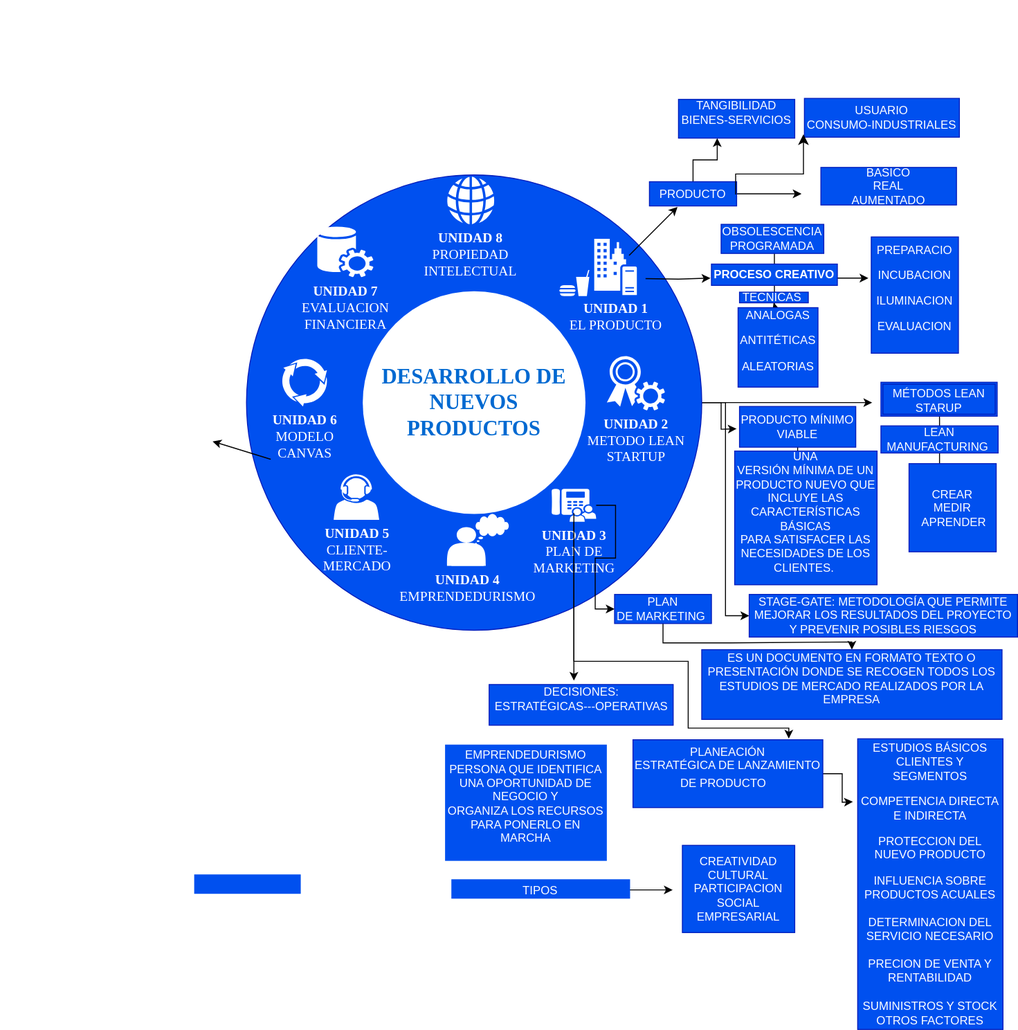
Before: user/Diagrama sin título.drawio.svg, a diagram exported from draw.io (fapablo/sistemaescolar). Source tidied: cells renumbered, new cells last; positions are measured from the earlier drawing's top-left corner, leaving out a move shared by most shapes.
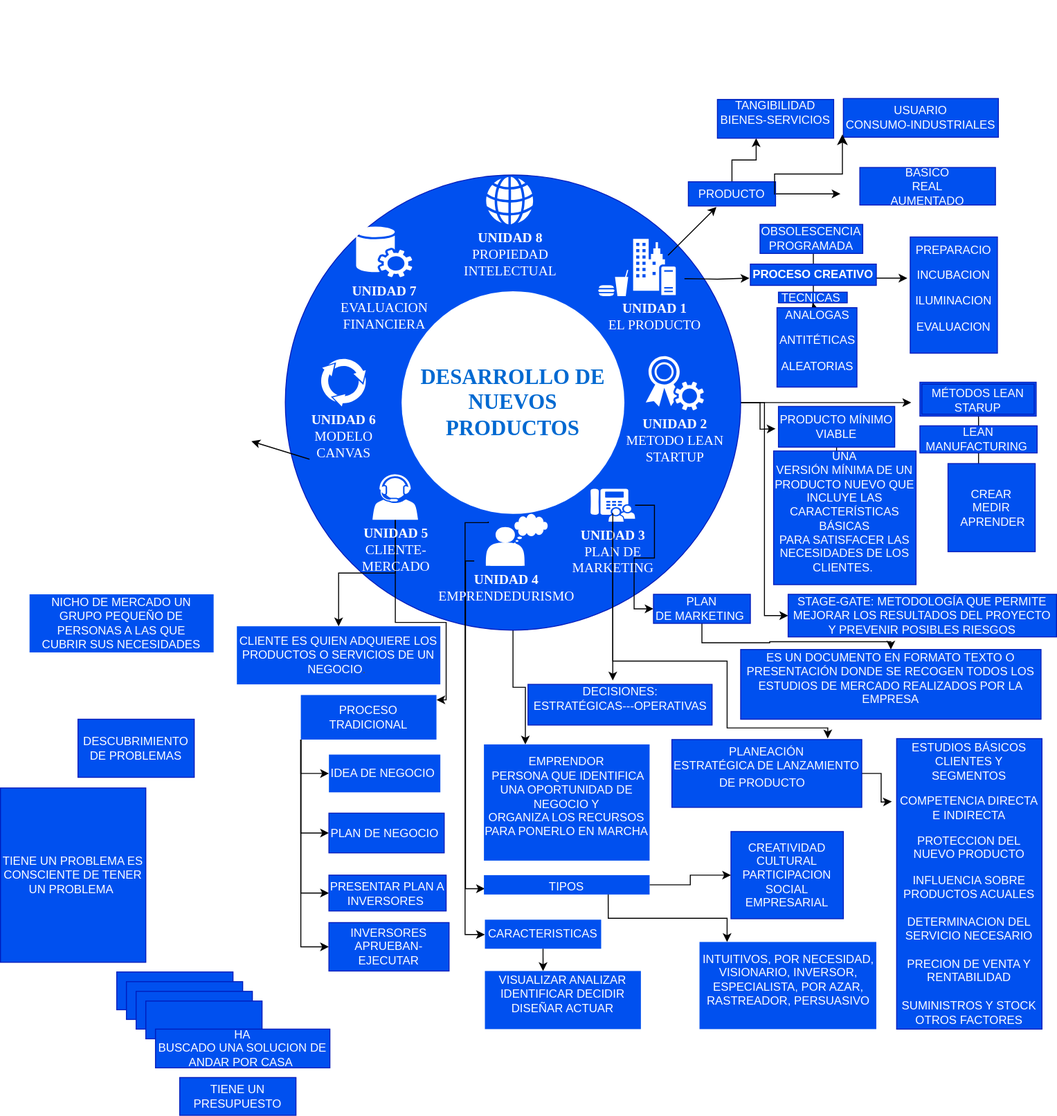
The same file after the commit.

Change to the diagram source:
```diff
@@ -15,6 +15,9 @@
         <mxPoint x="760" y="442" as="targetPoint" />
       </mxGeometry>
     </mxCell>
+    <mxCell id="63" style="edgeStyle=orthogonalEdgeStyle;rounded=0;jettySize=auto;html=1;entryX=0.25;entryY=0;entryDx=0;entryDy=0;" parent="1" edge="1" source="5" target="62">
+      <mxGeometry relative="1" as="geometry" />
+    </mxCell>
     <mxCell id="5" value="D" style="ellipse;whiteSpace=wrap;html=1;rounded=0;shadow=0;comic=0;strokeWidth=1;fontFamily=Verdana;fontSize=14;strokeColor=#001DBC;fillColor=#0050ef;fontColor=#ffffff;" parent="1" vertex="1">
       <mxGeometry x="254" y="180" width="470" height="470" as="geometry" />
     </mxCell>
@@ -24,6 +27,19 @@
     <mxCell id="7" style="shadow=0;dashed=0;html=1;strokeColor=none;fillColor=#ffffff;labelPosition=center;verticalLabelPosition=bottom;verticalAlign=top;shape=mxgraph.office.users.users;rounded=0;comic=0;fontFamily=Verdana;fontSize=14;fontColor=#FFFFFF;" parent="1" vertex="1">
       <mxGeometry y="-0.5" width="63" height="60" as="geometry" />
     </mxCell>
+    <mxCell id="64" style="edgeStyle=orthogonalEdgeStyle;rounded=0;jettySize=auto;html=1;entryX=0.5;entryY=0;entryDx=0;entryDy=0;" parent="1" edge="1" source="8" target="76">
+      <mxGeometry relative="1" as="geometry" />
+    </mxCell>
+    <mxCell id="65" style="edgeStyle=orthogonalEdgeStyle;rounded=0;jettySize=auto;html=1;" parent="1" edge="1" source="8" target="74">
+      <mxGeometry relative="1" as="geometry">
+        <Array as="points">
+          <mxPoint x="368" y="642" />
+          <mxPoint x="420" y="642" />
+          <mxPoint x="420" y="722" />
+          <mxPoint x="330" y="722" />
+        </Array>
+      </mxGeometry>
+    </mxCell>
     <mxCell id="8" value="&lt;b&gt;UNIDAD 5&lt;br&gt;&lt;/b&gt;CLIENTE-&lt;br&gt;MERCADO" style="shadow=0;dashed=0;html=1;strokeColor=none;fillColor=#ffffff;labelPosition=center;verticalLabelPosition=bottom;verticalAlign=top;shape=mxgraph.office.users.call_center_agent;rounded=0;comic=0;fontFamily=Verdana;fontSize=14;fontColor=#FFFFFF;" parent="1" vertex="1">
       <mxGeometry x="344" y="489" width="47" height="47" as="geometry" />
     </mxCell>
@@ -199,6 +215,28 @@
     <mxCell id="54" style="whiteSpace=wrap;html=1;shape=mxgraph.basic.cloud_callout;strokeColor=none;" parent="1" vertex="1">
       <mxGeometry x="490" y="530" width="35" height="31" as="geometry" />
     </mxCell>
+    <mxCell id="66" style="edgeStyle=orthogonalEdgeStyle;rounded=0;orthogonalLoop=1;jettySize=auto;html=1;" parent="1" edge="1">
+      <mxGeometry relative="1" as="geometry">
+        <mxPoint x="449" y="578.5" as="sourcePoint" />
+        <mxPoint x="460" y="917" as="targetPoint" />
+        <Array as="points">
+          <mxPoint x="440" y="579" />
+          <mxPoint x="440" y="917" />
+          <mxPoint x="450" y="917" />
+        </Array>
+      </mxGeometry>
+    </mxCell>
+    <mxCell id="67" style="edgeStyle=orthogonalEdgeStyle;rounded=0;orthogonalLoop=1;jettySize=auto;html=1;entryX=-0.013;entryY=0.623;entryDx=0;entryDy=0;entryPerimeter=0;" parent="1" edge="1">
+      <mxGeometry relative="1" as="geometry">
+        <mxPoint x="463.5" y="538" as="sourcePoint" />
+        <mxPoint x="459.9" y="964.4" as="targetPoint" />
+        <Array as="points">
+          <mxPoint x="463.5" y="539" />
+          <mxPoint x="439.5" y="539" />
+          <mxPoint x="439.5" y="964" />
+        </Array>
+      </mxGeometry>
+    </mxCell>
     <mxCell id="55" value="&lt;b&gt;UNIDAD 4&lt;br&gt;&lt;/b&gt;EMPRENDEDURISMO" style="shadow=0;dashed=0;html=1;strokeColor=none;fillColor=#ffffff;labelPosition=center;verticalLabelPosition=bottom;verticalAlign=top;shape=mxgraph.office.users.call_center_agent;rounded=0;comic=0;fontFamily=Verdana;fontSize=14;fontColor=#FFFFFF;" parent="1" vertex="1">
       <mxGeometry x="465.5" y="572" width="33.5" height="11.5" as="geometry" />
     </mxCell>
@@ -218,26 +256,88 @@
       </mxGeometry>
     </mxCell>
     <mxCell id="58" value="&lt;p class=&quot;MsoNormal&quot;&gt;CREATIVIDAD CULTURAL PARTICIPACION SOCIAL EMPRESARIAL&lt;/p&gt;" style="rounded=0;whiteSpace=wrap;html=1;strokeColor=#001DBC;fillColor=#0050ef;fontColor=#ffffff;" parent="1" vertex="1">
-      <mxGeometry x="704" y="872" width="116" height="90" as="geometry" />
+      <mxGeometry x="714" y="858" width="116" height="90" as="geometry" />
     </mxCell>
-    <mxCell id="59" style="edgeStyle=orthogonalEdgeStyle;rounded=0;orthogonalLoop=1;jettySize=auto;html=1;" parent="1" edge="1">
-      <mxGeometry relative="1" as="geometry">
-        <mxPoint x="654" y="918" as="sourcePoint" />
-        <mxPoint x="694" y="918" as="targetPoint" />
-        <Array as="points">
-          <mxPoint x="624" y="918" />
-          <mxPoint x="624" y="918" />
-        </Array>
-      </mxGeometry>
-    </mxCell>
+    <mxCell id="68" style="edgeStyle=orthogonalEdgeStyle;rounded=0;jettySize=auto;html=1;exitX=1;exitY=0.5;exitDx=0;exitDy=0;entryX=0;entryY=0.5;entryDx=0;entryDy=0;" parent="1" edge="1" source="60" target="58">
+      <mxGeometry relative="1" as="geometry" />
+    </mxCell>
     <mxCell id="60" value="&lt;br&gt;TIPOS&lt;p class=&quot;MsoNormal&quot;&gt;&lt;/p&gt;" style="rounded=0;whiteSpace=wrap;html=1;fillColor=#0050ef;fontColor=#ffffff;strokeColor=none;" parent="1" vertex="1">
-      <mxGeometry x="465.5" y="907" width="184.5" height="20" as="geometry" />
+      <mxGeometry x="459" y="903" width="171" height="20" as="geometry" />
     </mxCell>
-    <mxCell id="61" style="rounded=0;whiteSpace=wrap;html=1;fillColor=#0050ef;fontColor=#ffffff;strokeColor=none;" parent="1" vertex="1">
-      <mxGeometry x="200" y="902" width="110" height="20" as="geometry" />
+    <mxCell id="61" value="&lt;span style=&quot;background-color: initial;&quot;&gt;INTUITIVOS, POR NECESIDAD, VISIONARIO, INVERSOR, ESPECIALISTA, POR AZAR, RASTREADOR, PERSUASIVO&lt;/span&gt;&lt;br&gt;&lt;p class=&quot;MsoNormal&quot;&gt;&lt;/p&gt;" style="rounded=0;whiteSpace=wrap;html=1;fillColor=#0050ef;fontColor=#ffffff;strokeColor=none;" parent="1" vertex="1">
+      <mxGeometry x="681.5" y="972" width="182.5" height="90" as="geometry" />
     </mxCell>
-    <mxCell id="62" value="EMPRENDEDURISMO PERSONA QUE IDENTIFICA UNA OPORTUNIDAD DE NEGOCIO Y&lt;br&gt;ORGANIZA LOS RECURSOS PARA PONERLO EN MARCHA&lt;p class=&quot;MsoNormal&quot;&gt;&lt;/p&gt;" style="rounded=0;whiteSpace=wrap;html=1;fillColor=#0050ef;fontColor=#ffffff;strokeColor=none;" parent="1" vertex="1">
-      <mxGeometry x="459" y="768" width="167" height="120" as="geometry" />
+    <mxCell id="62" value="EMPRENDOR&lt;br&gt;&amp;nbsp;PERSONA QUE IDENTIFICA UNA OPORTUNIDAD DE NEGOCIO Y&lt;br&gt;ORGANIZA LOS RECURSOS PARA PONERLO EN MARCHA&lt;p class=&quot;MsoNormal&quot;&gt;&lt;/p&gt;" style="rounded=0;whiteSpace=wrap;html=1;fillColor=#0050ef;fontColor=#ffffff;strokeColor=none;" parent="1" vertex="1">
+      <mxGeometry x="459" y="768" width="171" height="120" as="geometry" />
     </mxCell>
+    <mxCell id="69" value="IDEA DE NEGOCIO&amp;nbsp;" style="rounded=0;whiteSpace=wrap;html=1;fillColor=#0050ef;fontColor=#ffffff;strokeColor=none;" parent="1" vertex="1">
+      <mxGeometry x="299" y="778.5" width="115" height="39" as="geometry" />
+    </mxCell>
+    <mxCell id="70" style="edgeStyle=orthogonalEdgeStyle;rounded=0;jettySize=auto;html=1;exitX=0;exitY=1;exitDx=0;exitDy=0;entryX=0;entryY=0.5;entryDx=0;entryDy=0;" parent="1" edge="1" source="74" target="69">
+      <mxGeometry relative="1" as="geometry" />
+    </mxCell>
+    <mxCell id="71" style="edgeStyle=orthogonalEdgeStyle;rounded=0;jettySize=auto;html=1;exitX=0;exitY=1;exitDx=0;exitDy=0;entryX=0;entryY=0.5;entryDx=0;entryDy=0;" parent="1" edge="1" source="74" target="86">
+      <mxGeometry relative="1" as="geometry" />
+    </mxCell>
+    <mxCell id="72" style="edgeStyle=orthogonalEdgeStyle;rounded=0;jettySize=auto;html=1;exitX=0;exitY=1;exitDx=0;exitDy=0;entryX=0;entryY=0.5;entryDx=0;entryDy=0;" parent="1" edge="1" source="74" target="85">
+      <mxGeometry relative="1" as="geometry" />
+    </mxCell>
+    <mxCell id="73" style="edgeStyle=orthogonalEdgeStyle;rounded=0;jettySize=auto;html=1;exitX=0;exitY=1;exitDx=0;exitDy=0;entryX=0;entryY=0.5;entryDx=0;entryDy=0;" parent="1" edge="1" source="74" target="84">
+      <mxGeometry relative="1" as="geometry" />
+    </mxCell>
+    <mxCell id="74" value="PROCESO&lt;br/&gt;TRADICIONAL" style="rounded=0;whiteSpace=wrap;html=1;fillColor=#0050ef;fontColor=#ffffff;strokeColor=none;" parent="1" vertex="1">
+      <mxGeometry x="270" y="717" width="140" height="46" as="geometry" />
+    </mxCell>
+    <mxCell id="75" value="&lt;p class=&quot;MsoNormal&quot;&gt;NICHO DE MERCADO UN GRUPO PEQUEÑO DE PERSONAS A LAS QUE&lt;br/&gt;CUBRIR SUS NECESIDADES&lt;/p&gt;" style="rounded=0;whiteSpace=wrap;html=1;fillColor=#0050ef;fontColor=#ffffff;strokeColor=none;" parent="1" vertex="1">
+      <mxGeometry x="-10" y="613" width="190" height="60" as="geometry" />
+    </mxCell>
+    <mxCell id="76" value="&lt;p class=&quot;MsoNormal&quot;&gt;CLIENTE ES QUIEN ADQUIERE LOS&lt;br/&gt;PRODUCTOS O SERVICIOS DE UN NEGOCIO&lt;span style=&quot;color:#4D5156;&lt;br/&gt;background:white&quot;&gt;.&amp;nbsp;&lt;/span&gt;&lt;/p&gt;" style="rounded=0;whiteSpace=wrap;html=1;fillColor=#0050ef;fontColor=#ffffff;strokeColor=none;" parent="1" vertex="1">
+      <mxGeometry x="204" y="646" width="210" height="60" as="geometry" />
+    </mxCell>
+    <mxCell id="77" value="VISUALIZAR ANALIZAR IDENTIFICAR DECIDIR DISEÑAR ACTUAR&lt;p class=&quot;MsoNormal&quot;&gt;&lt;/p&gt;" style="rounded=0;whiteSpace=wrap;html=1;fillColor=#0050ef;fontColor=#ffffff;strokeColor=none;" parent="1" vertex="1">
+      <mxGeometry x="460" y="1002" width="161" height="60" as="geometry" />
+    </mxCell>
+    <mxCell id="78" value="&lt;p class=&quot;MsoNormal&quot;&gt;CARACTERISTICAS&lt;/p&gt;" style="rounded=0;whiteSpace=wrap;html=1;fillColor=#0050ef;fontColor=#ffffff;strokeColor=none;" parent="1" vertex="1">
+      <mxGeometry x="460" y="949" width="120" height="30" as="geometry" />
+    </mxCell>
+    <mxCell id="79" style="edgeStyle=orthogonalEdgeStyle;rounded=0;jettySize=auto;html=1;exitX=0.75;exitY=1;exitDx=0;exitDy=0;entryX=0.156;entryY=0;entryDx=0;entryDy=0;entryPerimeter=0;" parent="1" edge="1" source="60" target="61">
+      <mxGeometry relative="1" as="geometry" />
+    </mxCell>
+    <mxCell id="80" style="edgeStyle=orthogonalEdgeStyle;rounded=0;jettySize=auto;html=1;exitX=0.5;exitY=1;exitDx=0;exitDy=0;entryX=0.373;entryY=0;entryDx=0;entryDy=0;entryPerimeter=0;" parent="1" edge="1" source="78" target="77">
+      <mxGeometry relative="1" as="geometry" />
+    </mxCell>
+    <mxCell id="81" style="rounded=0;whiteSpace=wrap;html=1;strokeColor=#001DBC;fillColor=#0050ef;fontColor=#ffffff;" parent="1" vertex="1">
+      <mxGeometry x="80" y="1003" width="120" height="39" as="geometry" />
+    </mxCell>
+    <mxCell id="82" value="&lt;p class=&quot;MsoNormal&quot;&gt;TIENE UN PROBLEMA ES CONSCIENTE DE TENER UN PROBLEMA&amp;nbsp;&lt;/p&gt;" style="rounded=0;whiteSpace=wrap;html=1;strokeColor=#001DBC;fillColor=#0050ef;fontColor=#ffffff;" parent="1" vertex="1">
+      <mxGeometry x="-40" y="813" width="150" height="180" as="geometry" />
+    </mxCell>
+    <mxCell id="83" value="&lt;p class=&quot;MsoNormal&quot;&gt;DESCUBRIMIENTO DE PROBLEMAS&lt;/p&gt;" style="rounded=0;whiteSpace=wrap;html=1;strokeColor=#001DBC;fillColor=#0050ef;fontColor=#ffffff;" parent="1" vertex="1">
+      <mxGeometry x="40" y="742" width="120" height="60" as="geometry" />
+    </mxCell>
+    <mxCell id="84" value="INVERSORES APRUEBAN-EJECUTAR" style="rounded=0;whiteSpace=wrap;html=1;strokeColor=#001DBC;fillColor=#0050ef;fontColor=#ffffff;" parent="1" vertex="1">
+      <mxGeometry x="299" y="952" width="124" height="50" as="geometry" />
+    </mxCell>
+    <mxCell id="85" value="PRESENTAR PLAN A INVERSORES&amp;nbsp;" style="rounded=0;whiteSpace=wrap;html=1;strokeColor=#001DBC;fillColor=#0050ef;fontColor=#ffffff;" parent="1" vertex="1">
+      <mxGeometry x="299" y="903" width="121" height="37" as="geometry" />
+    </mxCell>
+    <mxCell id="86" value="PLAN DE NEGOCIO&amp;nbsp;" style="rounded=0;whiteSpace=wrap;html=1;strokeColor=#001DBC;fillColor=#0050ef;fontColor=#ffffff;" parent="1" vertex="1">
+      <mxGeometry x="299" y="839" width="119" height="41" as="geometry" />
+    </mxCell>
+    <mxCell id="87" style="rounded=0;whiteSpace=wrap;html=1;strokeColor=#001DBC;fillColor=#0050ef;fontColor=#ffffff;" parent="1" vertex="1">
+      <mxGeometry x="90" y="1013" width="120" height="39" as="geometry" />
+    </mxCell>
+    <mxCell id="88" style="rounded=0;whiteSpace=wrap;html=1;strokeColor=#001DBC;fillColor=#0050ef;fontColor=#ffffff;" parent="1" vertex="1">
+      <mxGeometry x="100" y="1023" width="120" height="39" as="geometry" />
+    </mxCell>
+    <mxCell id="89" style="rounded=0;whiteSpace=wrap;html=1;strokeColor=#001DBC;fillColor=#0050ef;fontColor=#ffffff;" parent="1" vertex="1">
+      <mxGeometry x="110" y="1033" width="120" height="39" as="geometry" />
+    </mxCell>
+    <mxCell id="90" value="HA&lt;br style=&quot;border-color: var(--border-color);&quot;&gt;BUSCADO UNA SOLUCION DE ANDAR POR CASA&amp;nbsp;" style="rounded=0;whiteSpace=wrap;html=1;strokeColor=#001DBC;fillColor=#0050ef;fontColor=#ffffff;" parent="1" vertex="1">
+      <mxGeometry x="120" y="1062" width="180" height="40" as="geometry" />
+    </mxCell>
+    <mxCell id="91" value="TIENE UN PRESUPUESTO" style="rounded=0;whiteSpace=wrap;html=1;strokeColor=#001DBC;fillColor=#0050ef;fontColor=#ffffff;" parent="1" vertex="1">
+      <mxGeometry x="145" y="1112" width="120" height="39" as="geometry" />
+    </mxCell>
   </root>
 </mxGraphModel>
```
